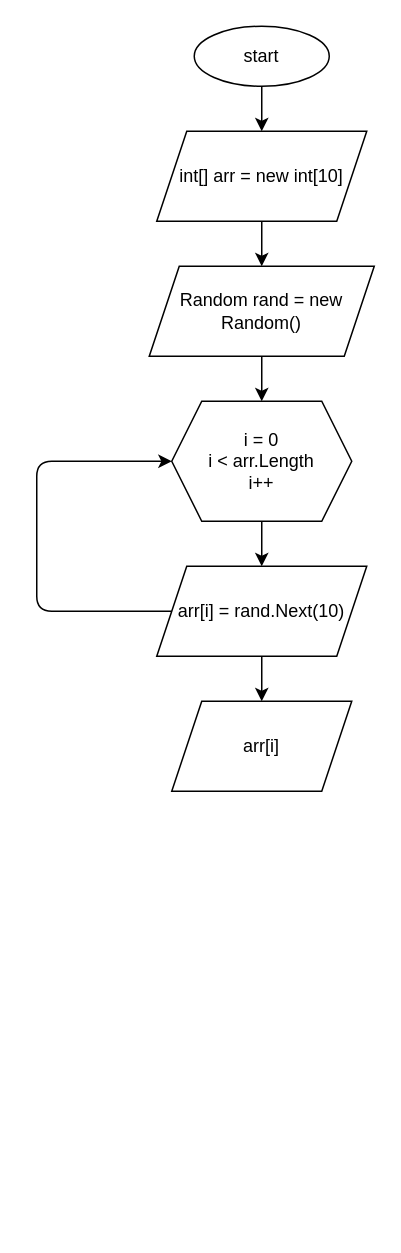
dapir/credit-work keeps this draw.io diagram as block diagram.drawio. Above is the earlier version. Source tidied: cells renumbered, new cells numbered last; positions are measured from the earlier drawing's top-left corner, leaving out a move shared by most shapes. Both pictures are drawn from the tidied source at 150%, with x=0, y=0 at pixel (36, 26).
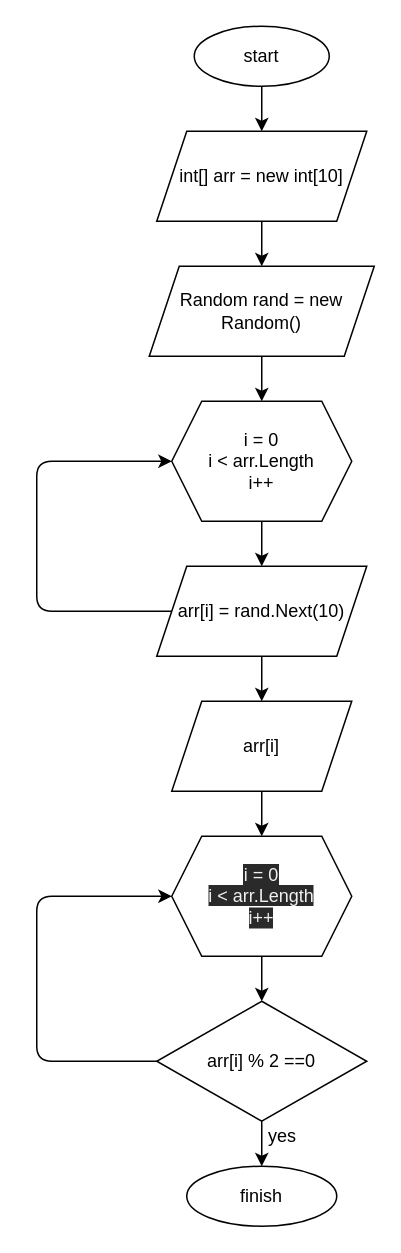
The same page after the edit.

Unchanged cells that the change refers to:
```xml
<mxCell id="8" value="arr[i]" style="shape=parallelogram;perimeter=parallelogramPerimeter;whiteSpace=wrap;html=1;fixedSize=1;" parent="1" vertex="1">
  <mxGeometry x="90" y="450" width="120" height="60" as="geometry" />
</mxCell>
```

What changed in the source:
```diff
@@
+    <mxCell id="14" style="edgeStyle=none;html=1;" parent="1" edge="1" source="8" target="16">
+      <mxGeometry relative="1" as="geometry" />
+    </mxCell>
@@
+    <mxCell id="15" style="edgeStyle=none;html=1;" parent="1" edge="1" source="16" target="19">
+      <mxGeometry relative="1" as="geometry" />
+    </mxCell>
+    <mxCell id="16" value="&#10;&#10;&lt;span style=&quot;color: rgb(240, 240, 240); font-family: helvetica; font-size: 12px; font-style: normal; font-weight: 400; letter-spacing: normal; text-align: center; text-indent: 0px; text-transform: none; word-spacing: 0px; background-color: rgb(42, 42, 42); display: inline; float: none;&quot;&gt;i = 0&lt;/span&gt;&lt;br style=&quot;color: rgb(240, 240, 240); font-family: helvetica; font-size: 12px; font-style: normal; font-weight: 400; letter-spacing: normal; text-align: center; text-indent: 0px; text-transform: none; word-spacing: 0px; background-color: rgb(42, 42, 42);&quot;&gt;&lt;span style=&quot;color: rgb(240, 240, 240); font-family: helvetica; font-size: 12px; font-style: normal; font-weight: 400; letter-spacing: normal; text-align: center; text-indent: 0px; text-transform: none; word-spacing: 0px; background-color: rgb(42, 42, 42); display: inline; float: none;&quot;&gt;i &amp;lt; arr.Length&lt;/span&gt;&lt;br style=&quot;color: rgb(240, 240, 240); font-family: helvetica; font-size: 12px; font-style: normal; font-weight: 400; letter-spacing: normal; text-align: center; text-indent: 0px; text-transform: none; word-spacing: 0px; background-color: rgb(42, 42, 42);&quot;&gt;&lt;span style=&quot;color: rgb(240, 240, 240); font-family: helvetica; font-size: 12px; font-style: normal; font-weight: 400; letter-spacing: normal; text-align: center; text-indent: 0px; text-transform: none; word-spacing: 0px; background-color: rgb(42, 42, 42); display: inline; float: none;&quot;&gt;i++&lt;/span&gt;&#10;&#10;" style="shape=hexagon;perimeter=hexagonPerimeter2;whiteSpace=wrap;html=1;fixedSize=1;" parent="1" vertex="1">
+      <mxGeometry x="90" y="540" width="120" height="80" as="geometry" />
+    </mxCell>
+    <mxCell id="17" style="edgeStyle=none;html=1;" parent="1" edge="1" source="19">
+      <mxGeometry relative="1" as="geometry">
+        <mxPoint x="150" y="760" as="targetPoint" />
+      </mxGeometry>
+    </mxCell>
+    <mxCell id="18" style="edgeStyle=none;html=1;entryX=0;entryY=0.5;entryDx=0;entryDy=0;" parent="1" edge="1" source="19" target="16">
+      <mxGeometry relative="1" as="geometry">
+        <Array as="points">
+          <mxPoint y="690" />
+          <mxPoint y="580" />
+        </Array>
+      </mxGeometry>
+    </mxCell>
+    <mxCell id="19" value="arr[i] % 2 ==0" style="rhombus;whiteSpace=wrap;html=1;" parent="1" vertex="1">
+      <mxGeometry x="80" y="650" width="140" height="80" as="geometry" />
+    </mxCell>
+    <mxCell id="20" value="finish" style="ellipse;whiteSpace=wrap;html=1;" parent="1" vertex="1">
+      <mxGeometry x="100" y="760" width="100" height="40" as="geometry" />
+    </mxCell>
+    <mxCell id="21" value="yes" style="text;html=1;strokeColor=none;fillColor=none;align=center;verticalAlign=middle;whiteSpace=wrap;rounded=0;" parent="1" vertex="1">
+      <mxGeometry x="144" y="730" width="40" height="20" as="geometry" />
+    </mxCell>
```
